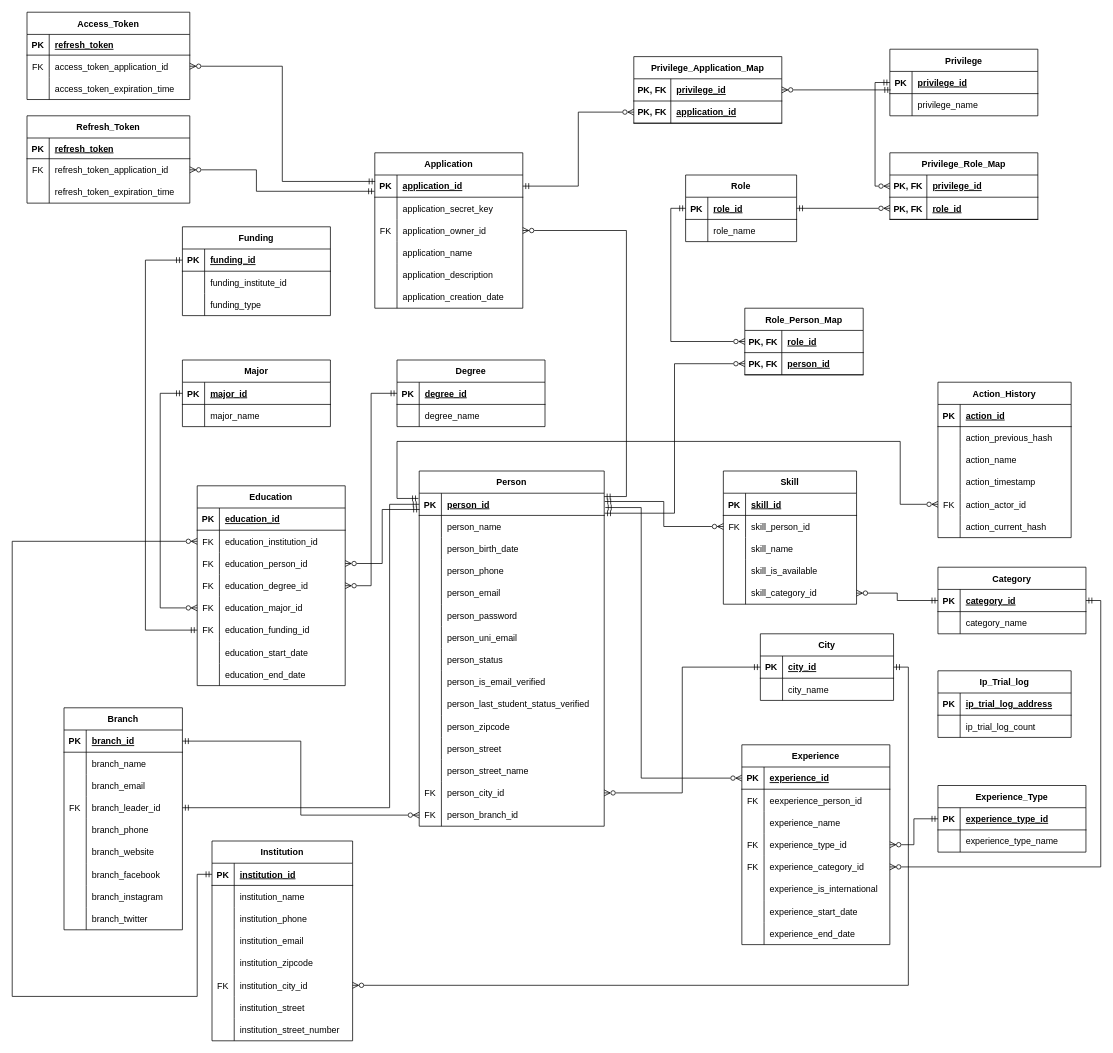
Before: sql-init/Schema Sensus Database.drawio in ppijerman/ppij-identity-backend, a draw.io diagram. Source tidied: cells renumbered, new cells numbered last; positions are measured from the earlier drawing's top-left corner, leaving out a move shared by most shapes. Both pictures are drawn from the tidied source at 74%, with x=0, y=0 at pixel (12, 12).
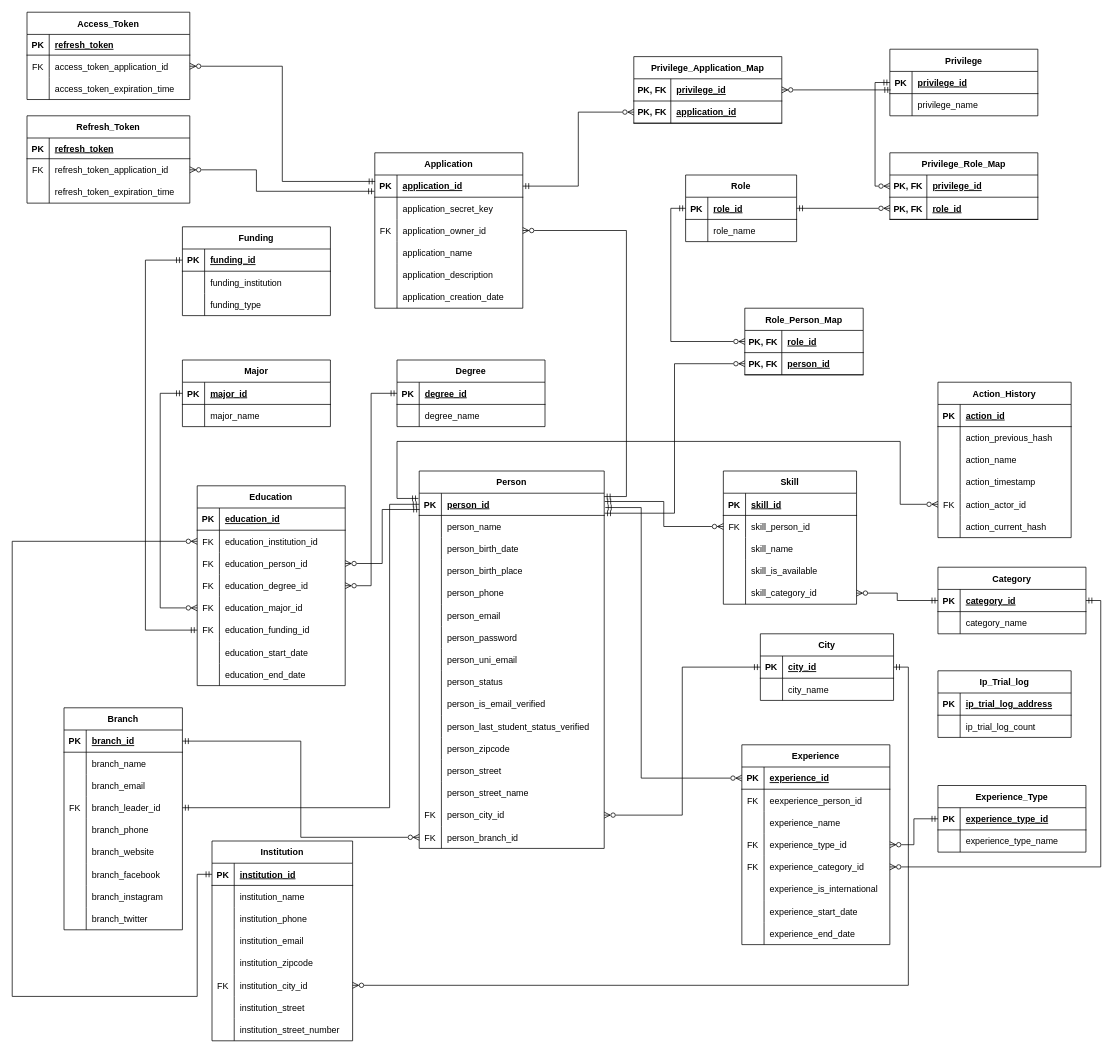
The same page after the edit.

Commit message:
Fixed wrong attribute name to match needs

Unchanged cells that the change refers to:
```xml
<mxCell id="227" style="shape=tableRow;horizontal=0;startSize=0;swimlaneHead=0;swimlaneBody=0;fillColor=none;top=0;left=0;right=0;bottom=0;" parent="223" vertex="1">
  <mxGeometry y="60" width="200" height="30" as="geometry" />
</mxCell>
```

Change to the diagram source:
```diff
@@
     <mxCell id="6" value="Person" style="shape=table;startSize=30;childLayout=tableLayout;rowLines=0;fontStyle=1;align=center;" parent="1" vertex="1">
-      <mxGeometry x="550" y="620" width="250" height="480" as="geometry" />
+      <mxGeometry x="550" y="620" width="250" height="510" as="geometry" />
     </mxCell>
@@
+    <mxCell id="336" style="shape=tableRow;horizontal=0;startSize=0;swimlaneHead=0;swimlaneBody=0;fillColor=none;top=0;left=0;right=0;bottom=0;" parent="6" vertex="1">
+      <mxGeometry y="120" width="250" height="30" as="geometry" />
+    </mxCell>
+    <mxCell id="337" style="shape=partialRectangle;fillColor=none;top=0;left=0;bottom=0;right=0;overflow=hidden;" parent="336" vertex="1">
+      <mxGeometry width="30" height="30" as="geometry" />
+    </mxCell>
+    <mxCell id="338" value="person_birth_place" style="shape=partialRectangle;fillColor=none;top=0;left=0;bottom=0;right=0;align=left;spacingLeft=6;overflow=hidden;" parent="336" vertex="1">
+      <mxGeometry x="30" width="220" height="30" as="geometry" />
+    </mxCell>
     <mxCell id="16" style="shape=tableRow;horizontal=0;startSize=0;swimlaneHead=0;swimlaneBody=0;fillColor=none;top=0;left=0;right=0;bottom=0;" parent="6" vertex="1">
-      <mxGeometry y="120" width="250" height="30" as="geometry" />
+      <mxGeometry y="150" width="250" height="30" as="geometry" />
     </mxCell>
@@
     <mxCell id="19" style="shape=tableRow;horizontal=0;startSize=0;swimlaneHead=0;swimlaneBody=0;fillColor=none;top=0;left=0;right=0;bottom=0;" parent="6" vertex="1">
-      <mxGeometry y="150" width="250" height="30" as="geometry" />
+      <mxGeometry y="180" width="250" height="30" as="geometry" />
     </mxCell>
@@
     <mxCell id="22" style="shape=tableRow;horizontal=0;startSize=0;swimlaneHead=0;swimlaneBody=0;fillColor=none;top=0;left=0;right=0;bottom=0;" parent="6" vertex="1">
-      <mxGeometry y="180" width="250" height="30" as="geometry" />
+      <mxGeometry y="210" width="250" height="30" as="geometry" />
     </mxCell>
@@
     <mxCell id="25" style="shape=tableRow;horizontal=0;startSize=0;swimlaneHead=0;swimlaneBody=0;fillColor=none;top=0;left=0;right=0;bottom=0;" parent="6" vertex="1">
-      <mxGeometry y="210" width="250" height="30" as="geometry" />
+      <mxGeometry y="240" width="250" height="30" as="geometry" />
     </mxCell>
@@
     <mxCell id="28" style="shape=tableRow;horizontal=0;startSize=0;swimlaneHead=0;swimlaneBody=0;fillColor=none;top=0;left=0;right=0;bottom=0;" parent="6" vertex="1">
-      <mxGeometry y="240" width="250" height="30" as="geometry" />
+      <mxGeometry y="270" width="250" height="30" as="geometry" />
     </mxCell>
@@
     <mxCell id="31" style="shape=tableRow;horizontal=0;startSize=0;swimlaneHead=0;swimlaneBody=0;fillColor=none;top=0;left=0;right=0;bottom=0;" parent="6" vertex="1">
-      <mxGeometry y="270" width="250" height="30" as="geometry" />
+      <mxGeometry y="300" width="250" height="30" as="geometry" />
     </mxCell>
@@
     <mxCell id="34" style="shape=tableRow;horizontal=0;startSize=0;swimlaneHead=0;swimlaneBody=0;fillColor=none;top=0;left=0;right=0;bottom=0;" parent="6" vertex="1">
-      <mxGeometry y="300" width="250" height="30" as="geometry" />
+      <mxGeometry y="330" width="250" height="30" as="geometry" />
     </mxCell>
@@
     <mxCell id="37" style="shape=tableRow;horizontal=0;startSize=0;swimlaneHead=0;swimlaneBody=0;fillColor=none;top=0;left=0;right=0;bottom=0;" parent="6" vertex="1">
-      <mxGeometry y="330" width="250" height="30" as="geometry" />
+      <mxGeometry y="360" width="250" height="30" as="geometry" />
     </mxCell>
@@
     <mxCell id="40" style="shape=tableRow;horizontal=0;startSize=0;swimlaneHead=0;swimlaneBody=0;fillColor=none;top=0;left=0;right=0;bottom=0;" parent="6" vertex="1">
-      <mxGeometry y="360" width="250" height="30" as="geometry" />
+      <mxGeometry y="390" width="250" height="30" as="geometry" />
     </mxCell>
@@
     <mxCell id="43" style="shape=tableRow;horizontal=0;startSize=0;swimlaneHead=0;swimlaneBody=0;fillColor=none;top=0;left=0;right=0;bottom=0;" parent="6" vertex="1">
-      <mxGeometry y="390" width="250" height="30" as="geometry" />
+      <mxGeometry y="420" width="250" height="30" as="geometry" />
     </mxCell>
@@
     <mxCell id="46" style="shape=tableRow;horizontal=0;startSize=0;swimlaneHead=0;swimlaneBody=0;fillColor=none;points=[[0,0.5],[1,0.5]];portConstraint=eastwest;top=0;left=0;right=0;bottom=0;" parent="6" vertex="1">
-      <mxGeometry y="420" width="250" height="30" as="geometry" />
+      <mxGeometry y="450" width="250" height="30" as="geometry" />
     </mxCell>
@@
     <mxCell id="49" style="shape=tableRow;horizontal=0;startSize=0;swimlaneHead=0;swimlaneBody=0;fillColor=none;points=[[0,0.5],[1,0.5]];portConstraint=eastwest;top=0;left=0;right=0;bottom=0;" parent="6" vertex="1">
-      <mxGeometry y="450" width="250" height="30" as="geometry" />
+      <mxGeometry y="480" width="250" height="30" as="geometry" />
     </mxCell>
@@
-    <mxCell id="229" value="funding_institute_id" style="shape=partialRectangle;fillColor=none;top=0;left=0;bottom=0;right=0;align=left;spacingLeft=6;overflow=hidden;" parent="227" vertex="1">
+    <mxCell id="229" value="funding_institution" style="shape=partialRectangle;fillColor=none;top=0;left=0;bottom=0;right=0;align=left;spacingLeft=6;overflow=hidden;" parent="227" vertex="1">
       <mxGeometry x="30" width="170" height="30" as="geometry" />
     </mxCell>
```
